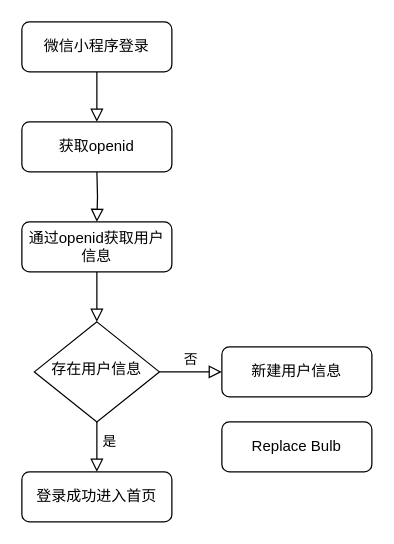
The draw.io diagram 未命名绘图.drawio in azuma1024/drawio, before the edit. Source tidied: cells renumbered, new cells numbered last; positions are measured from the earlier drawing's top-left corner, leaving out a move shared by most shapes. Both pictures are drawn from the tidied source at 125%, with x=0, y=0 at pixel (21, 21).
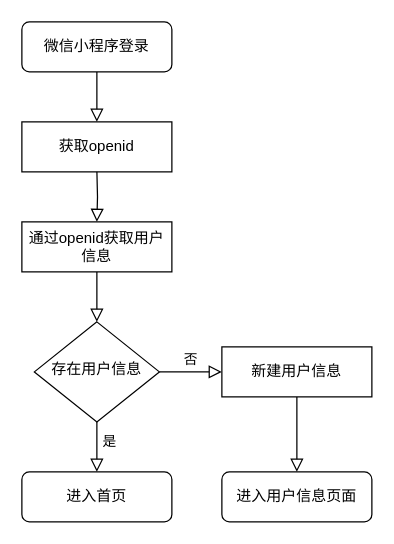
The same page after the edit.

Diff of the diagram source:
```diff
@@
 <mxGraphModel>
   <root>
     <mxCell id="0" />
     <mxCell id="1" parent="0" />
     <mxCell id="2" style="rounded=0;html=1;jettySize=auto;fontSize=11;endArrow=block;endFill=0;endSize=8;strokeWidth=1;shadow=0;labelBackgroundColor=none;edgeStyle=orthogonalEdgeStyle;entryX=0.5;entryY=0;entryDx=0;entryDy=0;" parent="1" edge="1" target="12">
       <mxGeometry relative="1" as="geometry">
         <mxPoint x="60" y="119" as="sourcePoint" />
       </mxGeometry>
     </mxCell>
     <mxCell id="3" value="微信小程序登录" style="rounded=1;whiteSpace=wrap;html=1;fontSize=12;glass=0;strokeWidth=1;shadow=0;" parent="1" vertex="1">
       <mxGeometry width="120" height="40" as="geometry" />
     </mxCell>
     <mxCell id="4" value="是" style="rounded=0;html=1;jettySize=auto;fontSize=11;endArrow=block;endFill=0;endSize=8;strokeWidth=1;shadow=0;labelBackgroundColor=none;edgeStyle=orthogonalEdgeStyle;entryX=0.5;entryY=0;entryDx=0;entryDy=0;" parent="1" edge="1" source="6" target="8">
       <mxGeometry x="-0.21" y="10" relative="1" as="geometry" />
     </mxCell>
     <mxCell id="5" value="否" style="edgeStyle=orthogonalEdgeStyle;rounded=0;html=1;jettySize=auto;fontSize=11;endArrow=block;endFill=0;endSize=8;strokeWidth=1;shadow=0;labelBackgroundColor=none;" parent="1" edge="1" source="6" target="7">
       <mxGeometry y="10" relative="1" as="geometry" />
     </mxCell>
     <mxCell id="6" value="存在用户信息" style="rhombus;whiteSpace=wrap;html=1;shadow=0;fontFamily=Helvetica;fontSize=12;align=center;strokeWidth=1;spacing=6;spacingTop=-4;" parent="1" vertex="1">
       <mxGeometry x="10" y="240" width="100" height="80" as="geometry" />
     </mxCell>
-    <mxCell id="7" value="新建用户信息" style="rounded=1;whiteSpace=wrap;html=1;fontSize=12;glass=0;strokeWidth=1;shadow=0;" parent="1" vertex="1">
+    <mxCell id="7" value="新建用户信息" style="rounded=0;whiteSpace=wrap;html=1;fontSize=12;glass=0;strokeWidth=1;shadow=0;" parent="1" vertex="1">
       <mxGeometry x="160" y="260" width="120" height="40" as="geometry" />
     </mxCell>
-    <mxCell id="8" value="登录成功进入首页" style="rounded=1;whiteSpace=wrap;html=1;fontSize=12;glass=0;strokeWidth=1;shadow=0;" parent="1" vertex="1">
+    <mxCell id="8" value="进入首页" style="rounded=1;whiteSpace=wrap;html=1;fontSize=12;glass=0;strokeWidth=1;shadow=0;" parent="1" vertex="1">
       <mxGeometry y="360" width="120" height="40" as="geometry" />
     </mxCell>
-    <mxCell id="9" value="Replace Bulb" style="rounded=1;whiteSpace=wrap;html=1;fontSize=12;glass=0;strokeWidth=1;shadow=0;" parent="1" vertex="1">
-      <mxGeometry x="160" y="320" width="120" height="40" as="geometry" />
+    <mxCell id="9" value="进入用户信息页面" style="rounded=1;whiteSpace=wrap;html=1;fontSize=12;glass=0;strokeWidth=1;shadow=0;" parent="1" vertex="1">
+      <mxGeometry x="160" y="360" width="120" height="40" as="geometry" />
     </mxCell>
-    <mxCell id="10" value="获取openid" style="rounded=1;whiteSpace=wrap;html=1;fontSize=12;glass=0;strokeWidth=1;shadow=0;" parent="1" vertex="1">
+    <mxCell id="10" value="获取openid" style="rounded=0;whiteSpace=wrap;html=1;fontSize=12;glass=0;strokeWidth=1;shadow=0;" parent="1" vertex="1">
       <mxGeometry y="80" width="120" height="40" as="geometry" />
     </mxCell>
     <mxCell id="11" style="rounded=0;html=1;jettySize=auto;fontSize=11;endArrow=block;endFill=0;endSize=8;strokeWidth=1;shadow=0;labelBackgroundColor=none;edgeStyle=orthogonalEdgeStyle;exitX=0.5;exitY=1;exitDx=0;exitDy=0;entryX=0.5;entryY=0;entryDx=0;entryDy=0;" parent="1" edge="1" source="3" target="10">
       <mxGeometry relative="1" as="geometry" />
     </mxCell>
-    <mxCell id="12" value="通过openid获取用户信息" style="rounded=1;whiteSpace=wrap;html=1;fontSize=12;glass=0;strokeWidth=1;shadow=0;" parent="1" vertex="1">
+    <mxCell id="12" value="通过openid获取用户信息" style="rounded=0;whiteSpace=wrap;html=1;fontSize=12;glass=0;strokeWidth=1;shadow=0;" parent="1" vertex="1">
       <mxGeometry y="160" width="120" height="40" as="geometry" />
     </mxCell>
     <mxCell id="13" style="rounded=0;html=1;jettySize=auto;fontSize=11;endArrow=block;endFill=0;endSize=8;strokeWidth=1;shadow=0;labelBackgroundColor=none;edgeStyle=orthogonalEdgeStyle;entryX=0.5;entryY=0;entryDx=0;entryDy=0;exitX=0.5;exitY=1;exitDx=0;exitDy=0;" parent="1" edge="1" source="12" target="6">
       <mxGeometry relative="1" as="geometry" />
     </mxCell>
+    <mxCell id="14" style="rounded=0;html=1;jettySize=auto;fontSize=11;endArrow=block;endFill=0;endSize=8;strokeWidth=1;shadow=0;labelBackgroundColor=none;edgeStyle=orthogonalEdgeStyle;entryX=0.5;entryY=0;entryDx=0;entryDy=0;exitX=0.5;exitY=1;exitDx=0;exitDy=0;" parent="1" edge="1" source="7" target="9">
+      <mxGeometry relative="1" as="geometry" />
+    </mxCell>
   </root>
 </mxGraphModel>
```
